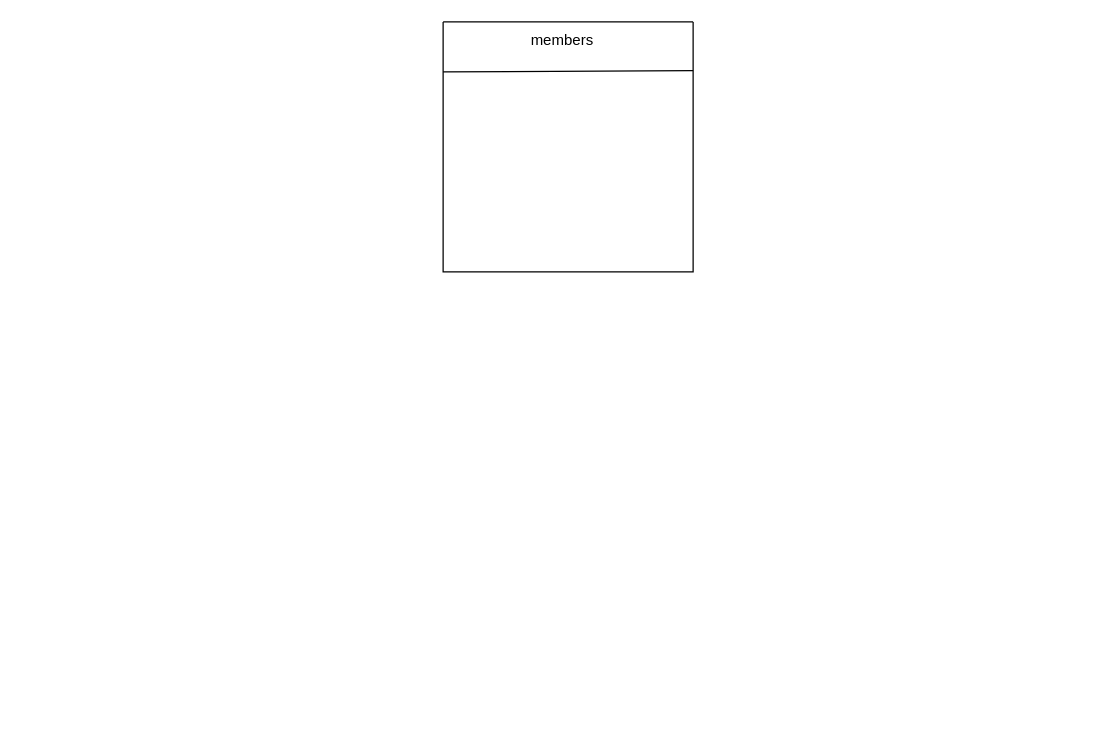
Earlier version of the draw.io diagram ProjectNMRA.SER.drawio (angelikakasia/SQL). Source tidied: cells renumbered, new cells numbered last; positions are measured from the earlier drawing's top-left corner, leaving out a move shared by most shapes. Both pictures are drawn from the tidied source at 125%, with x=0, y=0 at pixel (442, 21).
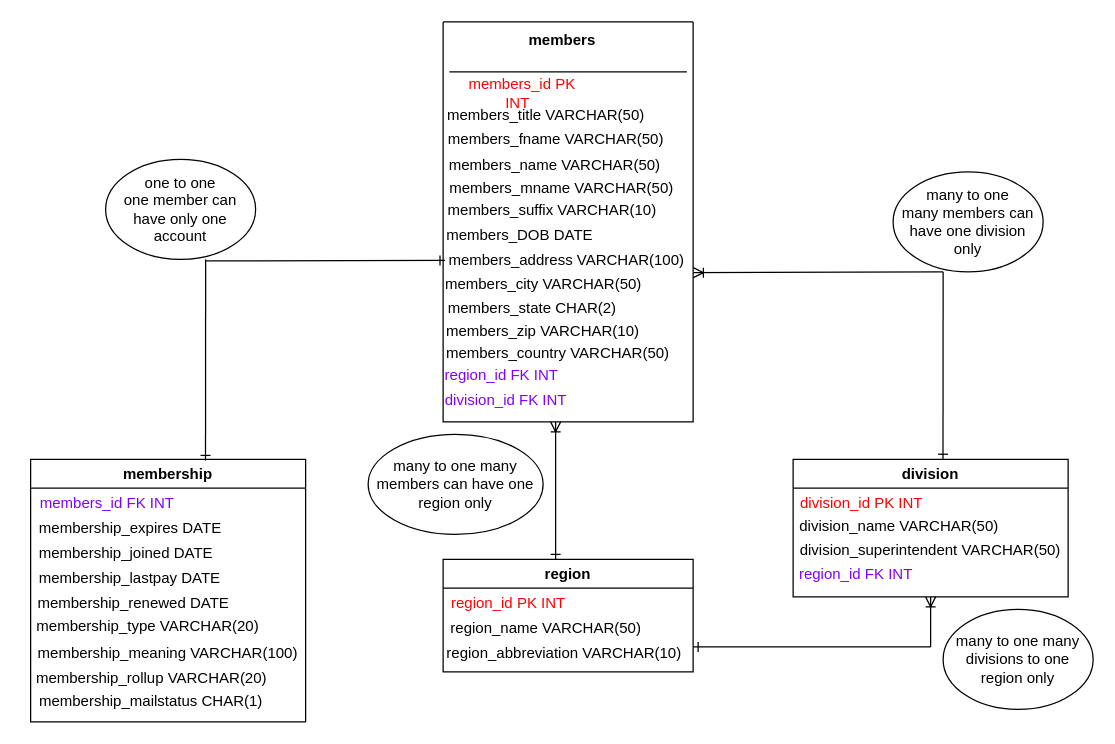
Above is the later version.

The edit, as a diff of the source:
```diff
@@
     <mxCell id="2" style="swimlane;startSize=0;" parent="1" vertex="1">
-      <mxGeometry width="200" height="200" as="geometry" />
+      <mxGeometry width="200" height="320" as="geometry" />
     </mxCell>
-    <mxCell id="3" style="endArrow=none;html=1;rounded=0;entryX=1;entryY=0.195;entryDx=0;entryDy=0;entryPerimeter=0;" parent="2" edge="1" target="2">
-      <mxGeometry relative="1" as="geometry">
-        <mxPoint y="40" as="sourcePoint" />
-      </mxGeometry>
-    </mxCell>
-    <mxCell id="4" value="members" style="text;html=1;align=center;verticalAlign=middle;strokeColor=none;fillColor=none;" parent="2" vertex="1">
-      <mxGeometry x="60" width="70" height="30" as="geometry" />
+    <mxCell id="4" value="&lt;b&gt;members&lt;/b&gt;" style="text;html=1;align=center;verticalAlign=middle;strokeColor=none;fillColor=none;" parent="2" vertex="1">
+      <mxGeometry x="55" width="80" height="30" as="geometry" />
     </mxCell>
+    <mxCell id="5" value="&lt;span style=&quot;color: light-dark(rgb(255, 0, 0), rgb(237, 237, 237));&quot;&gt;&lt;span style=&quot;color: rgb(255, 0, 0);&quot;&gt;members_id PK&lt;/span&gt; INT&lt;span style=&quot;white-space: pre;&quot;&gt;&#9;&lt;/span&gt;&lt;/span&gt;" style="text;html=1;align=center;verticalAlign=middle;whiteSpace=wrap;rounded=0;" parent="2" vertex="1">
+      <mxGeometry x="-2" y="42" width="131" height="30" as="geometry" />
+    </mxCell>
+    <mxCell id="6" value="&lt;br&gt;members_title VARCHAR(50)" style="text;html=1;align=center;verticalAlign=middle;whiteSpace=wrap;rounded=0;" parent="2" vertex="1">
+      <mxGeometry x="-2" y="52" width="169" height="30" as="geometry" />
+    </mxCell>
+    <mxCell id="7" value="&lt;br&gt;members_fname VARCHAR(50)&lt;div&gt;&lt;br&gt;&lt;/div&gt;" style="text;html=1;align=center;verticalAlign=middle;whiteSpace=wrap;rounded=0;" parent="2" vertex="1">
+      <mxGeometry x="-12.5" y="79" width="204.5" height="30" as="geometry" />
+    </mxCell>
+    <mxCell id="8" value="&lt;br&gt;members_name VARCHAR(50)" style="text;html=1;align=center;verticalAlign=middle;whiteSpace=wrap;rounded=0;" parent="2" vertex="1">
+      <mxGeometry x="-4" y="92" width="186.5" height="30" as="geometry" />
+    </mxCell>
+    <mxCell id="9" value="&lt;br&gt;members_mname VARCHAR(50)" style="text;html=1;align=center;verticalAlign=middle;whiteSpace=wrap;rounded=0;" parent="2" vertex="1">
+      <mxGeometry y="110" width="190" height="30" as="geometry" />
+    </mxCell>
+    <mxCell id="10" style="endArrow=none;html=1;rounded=0;" parent="2" edge="1">
+      <mxGeometry relative="1" as="geometry">
+        <mxPoint x="5" y="40" as="sourcePoint" />
+        <mxPoint x="195" y="40" as="targetPoint" />
+      </mxGeometry>
+    </mxCell>
+    <mxCell id="11" value="&lt;br&gt;members_suffix VARCHAR(10)&lt;div&gt;&lt;br&gt;&lt;/div&gt;" style="text;html=1;align=center;verticalAlign=middle;whiteSpace=wrap;rounded=0;" parent="2" vertex="1">
+      <mxGeometry x="-2.5" y="136" width="178.5" height="30" as="geometry" />
+    </mxCell>
+    <mxCell id="12" value="members_DOB DATE" style="text;html=1;align=center;verticalAlign=middle;whiteSpace=wrap;rounded=0;" parent="2" vertex="1">
+      <mxGeometry x="-2.5" y="156" width="126.5" height="30" as="geometry" />
+    </mxCell>
+    <mxCell id="13" value="members_address VARCHAR(100)" style="text;html=1;align=center;verticalAlign=middle;whiteSpace=wrap;rounded=0;" parent="2" vertex="1">
+      <mxGeometry x="-1" y="176" width="200" height="30" as="geometry" />
+    </mxCell>
+    <mxCell id="14" value="members_city VARCHAR(50)" style="text;html=1;align=center;verticalAlign=middle;whiteSpace=wrap;rounded=0;" parent="2" vertex="1">
+      <mxGeometry x="-5" y="195" width="171" height="30" as="geometry" />
+    </mxCell>
+    <mxCell id="15" value="members_state CHAR(2)" style="text;html=1;align=center;verticalAlign=middle;whiteSpace=wrap;rounded=0;" parent="2" vertex="1">
+      <mxGeometry x="-13.5" y="214" width="168.5" height="30" as="geometry" />
+    </mxCell>
+    <mxCell id="16" value="members_zip VARCHAR(10)" style="text;html=1;align=center;verticalAlign=middle;whiteSpace=wrap;rounded=0;" parent="2" vertex="1">
+      <mxGeometry x="-1" y="233" width="162" height="30" as="geometry" />
+    </mxCell>
+    <mxCell id="17" value="members_country VARCHAR(50)" style="text;html=1;align=center;verticalAlign=middle;whiteSpace=wrap;rounded=0;" parent="2" vertex="1">
+      <mxGeometry x="-3" y="250" width="190" height="30" as="geometry" />
+    </mxCell>
+    <mxCell id="18" value="&lt;span style=&quot;color: light-dark(rgb(128, 0, 255), rgb(237, 237, 237));&quot;&gt;region_id FK INT&lt;br&gt;&lt;/span&gt;" style="text;html=1;align=center;verticalAlign=middle;whiteSpace=wrap;rounded=0;" parent="2" vertex="1">
+      <mxGeometry x="-10" y="268" width="114" height="30" as="geometry" />
+    </mxCell>
+    <mxCell id="19" value="&lt;span style=&quot;color: light-dark(rgb(128, 0, 255), rgb(237, 237, 237));&quot;&gt;&lt;span style=&quot;color: light-dark(rgb(128, 0, 255), rgb(237, 237, 237));&quot;&gt;division_id FK&lt;/span&gt; INT&lt;/span&gt;" style="text;html=1;align=center;verticalAlign=middle;whiteSpace=wrap;rounded=0;" parent="2" vertex="1">
+      <mxGeometry x="-1" y="288" width="103" height="30" as="geometry" />
+    </mxCell>
+    <mxCell id="20" value="membership" style="swimlane;whiteSpace=wrap;html=1;" parent="1" vertex="1">
+      <mxGeometry x="-330" y="350" width="220" height="210" as="geometry" />
+    </mxCell>
+    <mxCell id="21" value="&lt;span style=&quot;color: light-dark(rgb(128, 0, 255), rgb(237, 237, 237));&quot;&gt;members_id FK INT&lt;br&gt;&lt;/span&gt;" style="text;html=1;align=center;verticalAlign=middle;whiteSpace=wrap;rounded=0;" parent="20" vertex="1">
+      <mxGeometry x="-2" y="20" width="127" height="30" as="geometry" />
+    </mxCell>
+    <mxCell id="22" value="membership_expires DATE" style="text;html=1;align=center;verticalAlign=middle;whiteSpace=wrap;rounded=0;" parent="20" vertex="1">
+      <mxGeometry x="-4" y="40" width="168" height="30" as="geometry" />
+    </mxCell>
+    <mxCell id="23" value="membership_joined DATE" style="text;html=1;align=center;verticalAlign=middle;whiteSpace=wrap;rounded=0;" parent="20" vertex="1">
+      <mxGeometry x="-4" y="60" width="161" height="30" as="geometry" />
+    </mxCell>
+    <mxCell id="24" value="membership_lastpay DATE" style="text;html=1;align=center;verticalAlign=middle;whiteSpace=wrap;rounded=0;" parent="20" vertex="1">
+      <mxGeometry x="3" y="80" width="153" height="30" as="geometry" />
+    </mxCell>
+    <mxCell id="25" value="membership_renewed DATE" style="text;html=1;align=center;verticalAlign=middle;whiteSpace=wrap;rounded=0;" parent="20" vertex="1">
+      <mxGeometry x="-3" y="100" width="171" height="30" as="geometry" />
+    </mxCell>
+    <mxCell id="26" value="membership_type VARCHAR(20)" style="text;html=1;align=center;verticalAlign=middle;whiteSpace=wrap;rounded=0;" parent="20" vertex="1">
+      <mxGeometry x="-7" y="119" width="202" height="30" as="geometry" />
+    </mxCell>
+    <mxCell id="27" value="membership_meaning VARCHAR(100)" style="text;html=1;align=center;verticalAlign=middle;whiteSpace=wrap;rounded=0;" parent="20" vertex="1">
+      <mxGeometry x="-1" y="140" width="222" height="30" as="geometry" />
+    </mxCell>
+    <mxCell id="28" value="membership_rollup VARCHAR(20)" style="text;html=1;align=center;verticalAlign=middle;whiteSpace=wrap;rounded=0;" parent="20" vertex="1">
+      <mxGeometry x="-4" y="160" width="202" height="30" as="geometry" />
+    </mxCell>
+    <mxCell id="29" value="membership_mailstatus CHAR(1)" style="text;html=1;align=center;verticalAlign=middle;whiteSpace=wrap;rounded=0;" parent="20" vertex="1">
+      <mxGeometry y="179" width="193" height="30" as="geometry" />
+    </mxCell>
+    <mxCell id="30" value="region" style="swimlane;whiteSpace=wrap;html=1;" parent="1" vertex="1">
+      <mxGeometry y="430" width="200" height="90" as="geometry" />
+    </mxCell>
+    <mxCell id="31" value="&lt;span style=&quot;color: light-dark(rgb(255, 0, 0), rgb(237, 237, 237));&quot;&gt;region_id PK INT&lt;br&gt;&lt;/span&gt;" style="text;html=1;align=center;verticalAlign=middle;whiteSpace=wrap;rounded=0;" parent="30" vertex="1">
+      <mxGeometry x="-7" y="20" width="119" height="30" as="geometry" />
+    </mxCell>
+    <mxCell id="32" value="region_name VARCHAR(50)" style="text;html=1;align=center;verticalAlign=middle;whiteSpace=wrap;rounded=0;" parent="30" vertex="1">
+      <mxGeometry x="2.5" y="40" width="158.5" height="30" as="geometry" />
+    </mxCell>
+    <mxCell id="33" value="region_abbreviation VARCHAR(10)" style="text;html=1;align=center;verticalAlign=middle;whiteSpace=wrap;rounded=0;" parent="30" vertex="1">
+      <mxGeometry x="-3" y="60" width="200" height="30" as="geometry" />
+    </mxCell>
+    <mxCell id="34" value="division" style="swimlane;whiteSpace=wrap;html=1;" parent="1" vertex="1">
+      <mxGeometry x="280" y="350" width="220" height="110" as="geometry" />
+    </mxCell>
+    <mxCell id="35" value="&lt;span style=&quot;color: rgb(255, 0, 0);&quot;&gt;division_id PK INT&lt;br&gt;&lt;/span&gt;" style="text;html=1;align=center;verticalAlign=middle;whiteSpace=wrap;rounded=0;" parent="34" vertex="1">
+      <mxGeometry y="20" width="110" height="30" as="geometry" />
+    </mxCell>
+    <mxCell id="36" value="division_name VARCHAR(50)" style="text;html=1;align=center;verticalAlign=middle;whiteSpace=wrap;rounded=0;" parent="34" vertex="1">
+      <mxGeometry x="-15" y="39" width="200" height="30" as="geometry" />
+    </mxCell>
+    <mxCell id="37" value="division_superintendent VARCHAR(50)" style="text;html=1;align=center;verticalAlign=middle;whiteSpace=wrap;rounded=0;" parent="34" vertex="1">
+      <mxGeometry y="58" width="220" height="30" as="geometry" />
+    </mxCell>
+    <mxCell id="38" value="&lt;span style=&quot;color: light-dark(rgb(128, 0, 255), rgb(237, 237, 237));&quot;&gt;region_id FK INT&lt;br&gt;&lt;/span&gt;" style="text;html=1;align=center;verticalAlign=middle;whiteSpace=wrap;rounded=0;" parent="34" vertex="1">
+      <mxGeometry x="-8" y="77" width="117" height="30" as="geometry" />
+    </mxCell>
+    <mxCell id="39" style="endArrow=none;html=1;rounded=0;entryX=-0.016;entryY=0.59;entryDx=0;entryDy=0;entryPerimeter=0;startArrow=ERone;startFill=0;exitX=0.038;exitY=-0.138;exitDx=0;exitDy=0;exitPerimeter=0;" parent="1" edge="1" source="14">
+      <mxGeometry relative="1" as="geometry">
+        <mxPoint x="-190" y="191.2" as="targetPoint" />
+      </mxGeometry>
+    </mxCell>
+    <mxCell id="40" style="endArrow=none;html=1;rounded=0;exitX=0.636;exitY=0.004;exitDx=0;exitDy=0;exitPerimeter=0;entryX=0.7;entryY=0;entryDx=0;entryDy=0;entryPerimeter=0;startArrow=ERone;startFill=0;" parent="1" edge="1" source="20">
+      <mxGeometry relative="1" as="geometry">
+        <mxPoint x="-190" y="190" as="targetPoint" />
+      </mxGeometry>
+    </mxCell>
+    <mxCell id="41" style="endArrow=ERone;html=1;rounded=0;startArrow=ERoneToMany;startFill=0;endFill=0;" parent="1" edge="1">
+      <mxGeometry relative="1" as="geometry">
+        <mxPoint x="90" y="320" as="sourcePoint" />
+        <mxPoint x="90" y="430" as="targetPoint" />
+      </mxGeometry>
+    </mxCell>
+    <mxCell id="42" style="endArrow=none;html=1;rounded=0;exitX=1.001;exitY=0.627;exitDx=0;exitDy=0;exitPerimeter=0;startArrow=ERoneToMany;startFill=0;" parent="1" edge="1" source="2">
+      <mxGeometry relative="1" as="geometry">
+        <mxPoint x="400" y="200" as="targetPoint" />
+      </mxGeometry>
+    </mxCell>
+    <mxCell id="43" style="endArrow=none;html=1;rounded=0;exitX=0.545;exitY=-0.001;exitDx=0;exitDy=0;exitPerimeter=0;startArrow=ERone;startFill=0;" parent="1" edge="1" source="34">
+      <mxGeometry relative="1" as="geometry">
+        <mxPoint x="400" y="200" as="targetPoint" />
+      </mxGeometry>
+    </mxCell>
+    <mxCell id="44" style="endArrow=none;html=1;rounded=0;startArrow=ERone;startFill=0;" parent="1" edge="1">
+      <mxGeometry relative="1" as="geometry">
+        <mxPoint x="200" y="500" as="sourcePoint" />
+        <mxPoint x="390" y="500" as="targetPoint" />
+      </mxGeometry>
+    </mxCell>
+    <mxCell id="45" style="endArrow=none;html=1;rounded=0;startArrow=ERoneToMany;startFill=0;" parent="1" edge="1">
+      <mxGeometry relative="1" as="geometry">
+        <mxPoint x="390" y="460" as="sourcePoint" />
+        <mxPoint x="390" y="500" as="targetPoint" />
+      </mxGeometry>
+    </mxCell>
+    <mxCell id="46" value="&lt;div&gt;one to one&lt;/div&gt;&lt;div&gt;one member can have only one account&lt;br&gt;&lt;/div&gt;" style="ellipse;whiteSpace=wrap;html=1;" parent="1" vertex="1">
+      <mxGeometry x="-270" y="110" width="120" height="80" as="geometry" />
+    </mxCell>
+    <mxCell id="47" value="&lt;div&gt;many to one many members can have one region only&lt;br&gt;&lt;/div&gt;" style="ellipse;whiteSpace=wrap;html=1;" parent="1" vertex="1">
+      <mxGeometry x="-60" y="330" width="140" height="80" as="geometry" />
+    </mxCell>
+    <mxCell id="48" value="many to one many divisions to one region only" style="ellipse;whiteSpace=wrap;html=1;" parent="1" vertex="1">
+      <mxGeometry x="400" y="470" width="120" height="80" as="geometry" />
+    </mxCell>
+    <mxCell id="49" value="&lt;div&gt;many to one&lt;/div&gt;&lt;div&gt;many members can have one division only&lt;br&gt;&lt;/div&gt;" style="ellipse;whiteSpace=wrap;html=1;" parent="1" vertex="1">
+      <mxGeometry x="360" y="120" width="120" height="80" as="geometry" />
+    </mxCell>
```
